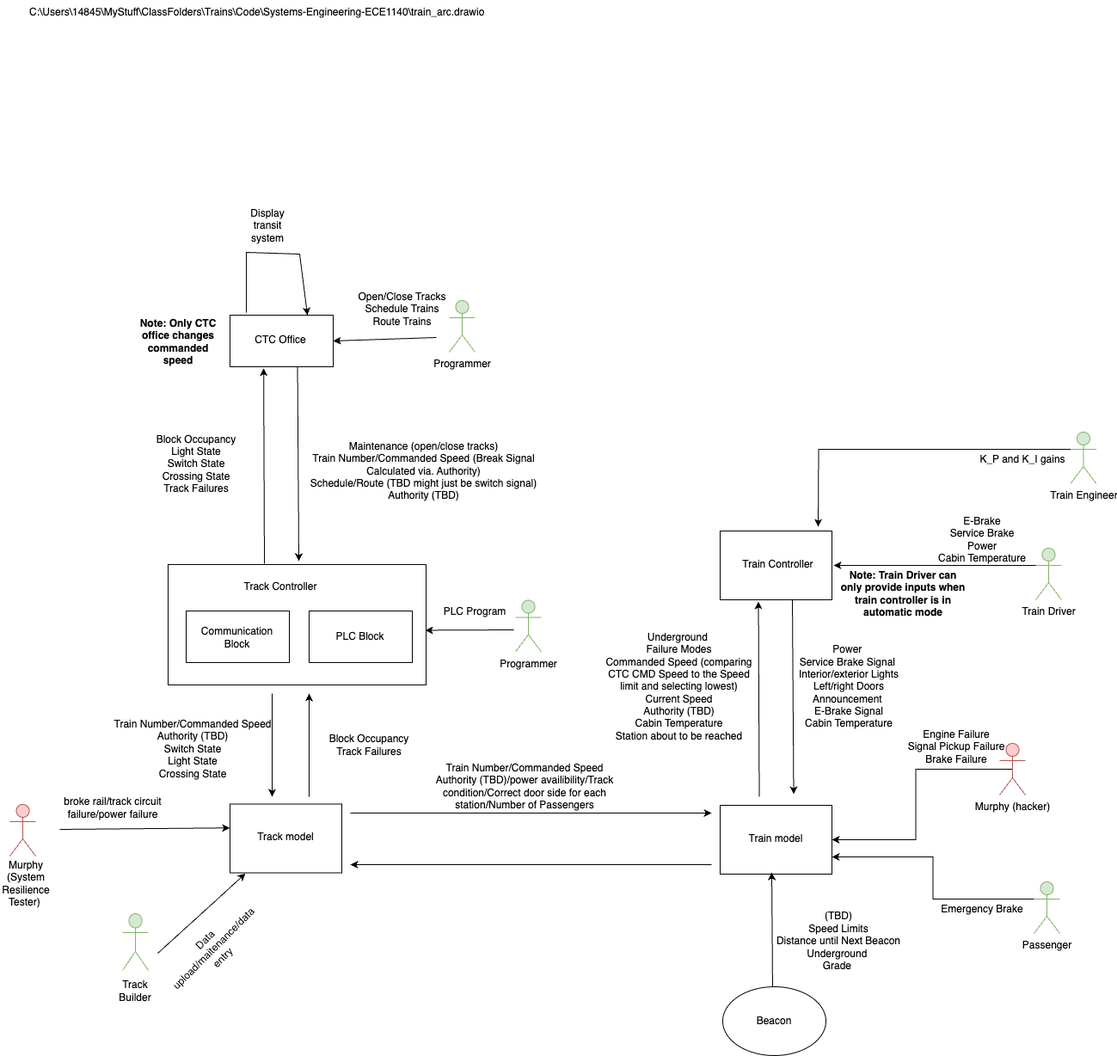
Earlier version of the draw.io export Architecture_Group3.png (lao57/Systems-Engineering-ECE1140). Source tidied: cells renumbered, new cells last; positions are measured from the earlier drawing's top-left corner, leaving out a move shared by most shapes.
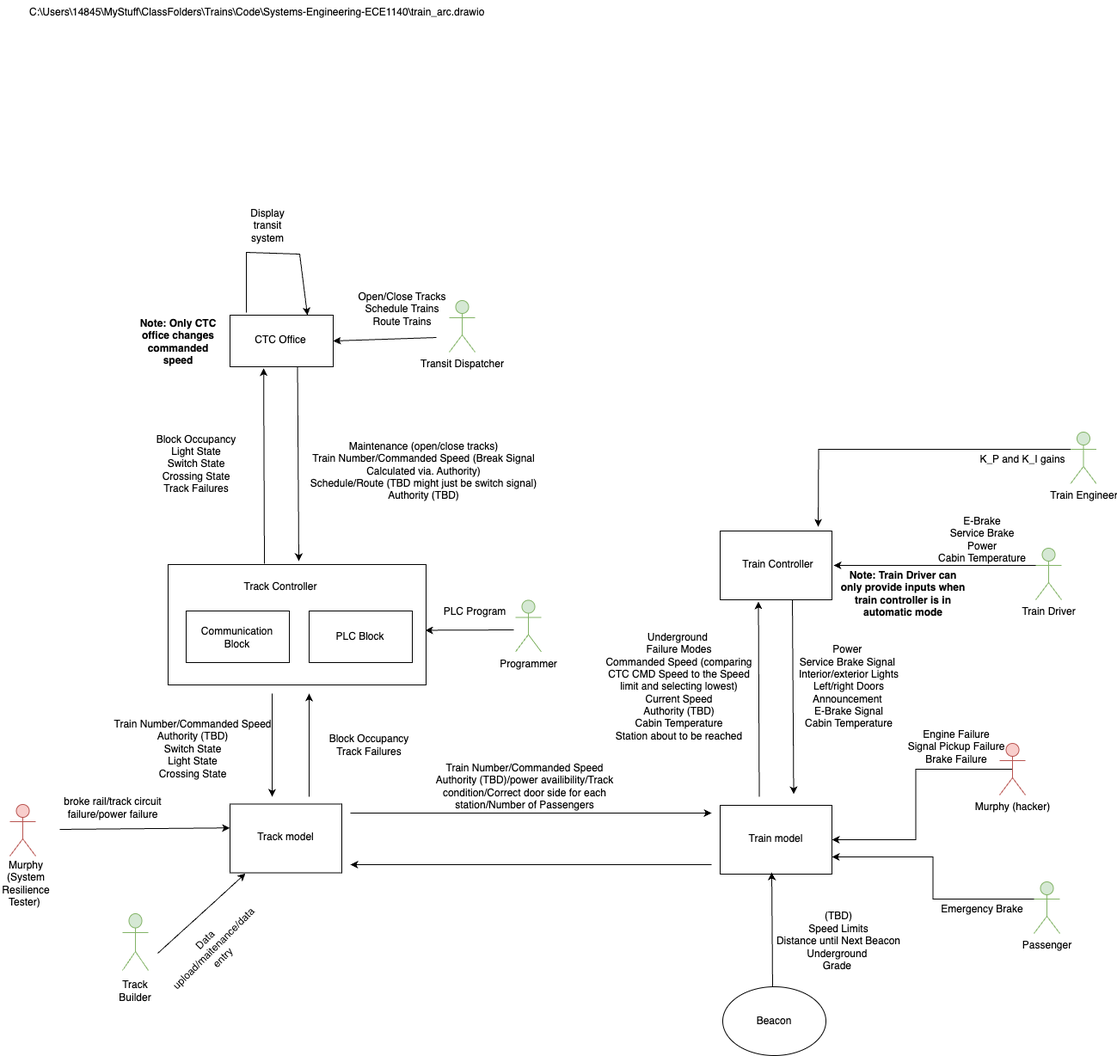
Above is the later version.

Diff of the diagram source:
```diff
@@ -227,7 +227,7 @@
     <mxCell id="61" value="Data upload/maitenance/data entry" style="text;html=1;align=center;verticalAlign=middle;whiteSpace=wrap;rounded=0;rotation=-45;" parent="1" vertex="1">
       <mxGeometry x="199.6" y="1088.4" width="98" height="30" as="geometry" />
     </mxCell>
-    <mxCell id="62" value="Programmer" style="shape=umlActor;verticalLabelPosition=bottom;verticalAlign=top;html=1;fillColor=#d5e8d4;strokeColor=#82b366;" parent="1" vertex="1">
+    <mxCell id="62" value="Transit Dispatcher" style="shape=umlActor;verticalLabelPosition=bottom;verticalAlign=top;html=1;fillColor=#d5e8d4;strokeColor=#82b366;" parent="1" vertex="1">
       <mxGeometry x="522" y="349" width="30" height="60" as="geometry" />
     </mxCell>
     <mxCell id="63" style="endArrow=classic;html=1;rounded=0;entryX=1;entryY=0.5;entryDx=0;entryDy=0;" parent="1" edge="1" target="5">
```
